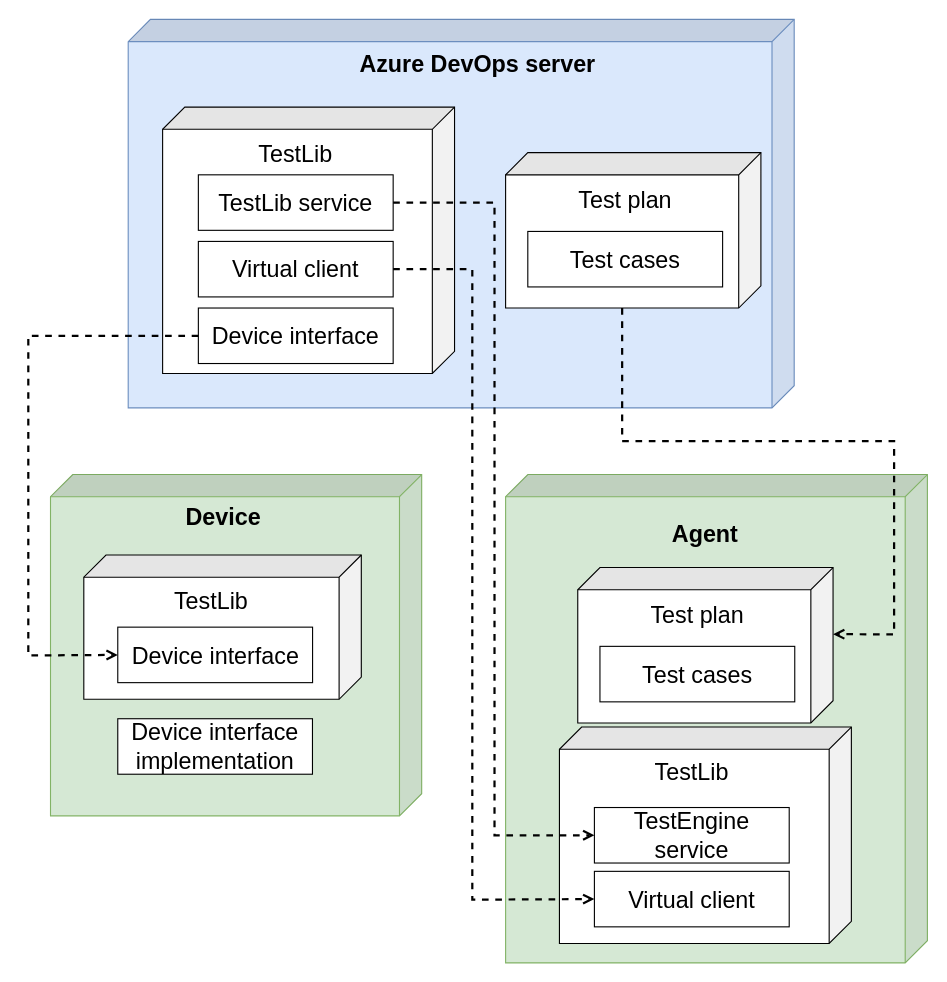
The draw.io diagram assets/img/src/deploymentmodel.drawio in wheeeper/bachelors-thesis, before the edit. Source tidied: cells renumbered, new cells numbered last; positions are measured from the earlier drawing's top-left corner, leaving out a move shared by most shapes. Both pictures are drawn from the tidied source at 111%, with x=0, y=0 at pixel (28, 19).
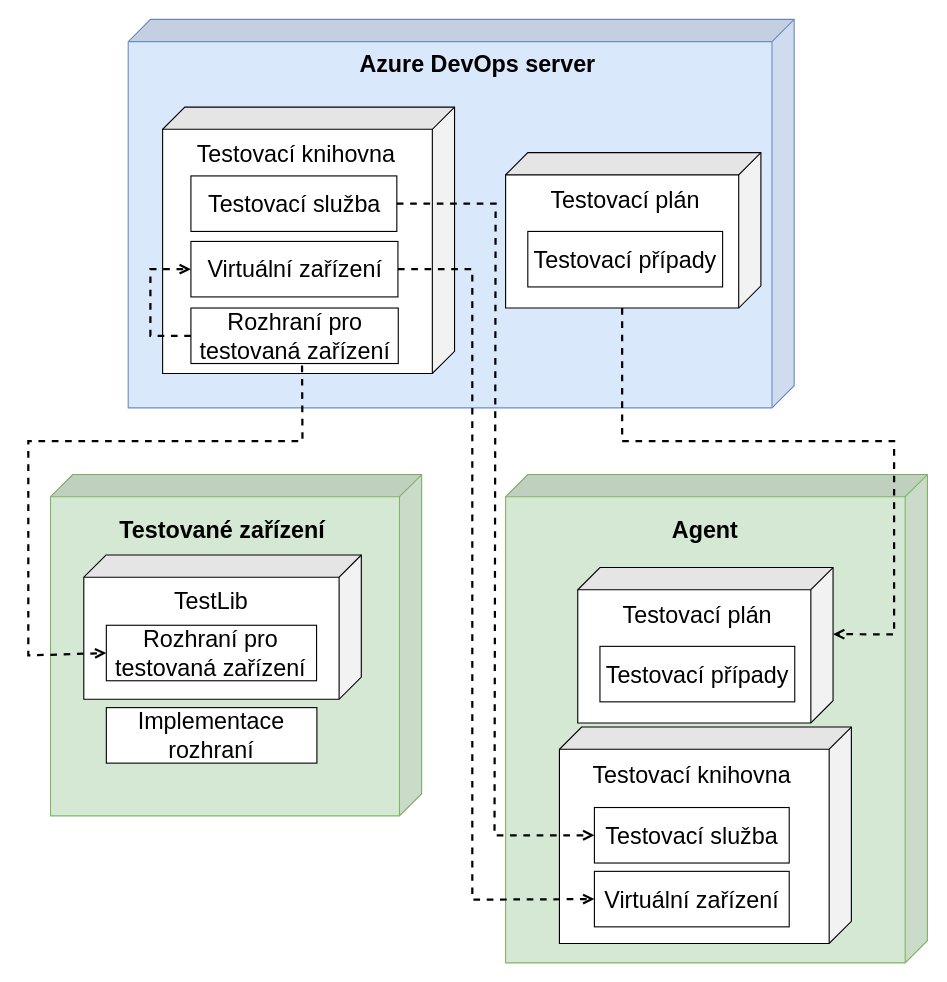
Above is the later version.

Diff of the diagram source:
```diff
@@
-    <mxCell id="3" value="&lt;b style=&quot;font-size: 21px;&quot;&gt;Device&lt;/b&gt;" style="text;html=1;strokeColor=none;fillColor=none;align=center;verticalAlign=middle;whiteSpace=wrap;rounded=0;fontSize=21;" parent="1" vertex="1">
-      <mxGeometry x="156.1" y="437.5" width="40" height="20" as="geometry" />
+    <mxCell id="3" value="&lt;b style=&quot;font-size: 21px&quot;&gt;Testované zařízení&lt;/b&gt;" style="text;html=1;strokeColor=none;fillColor=none;align=center;verticalAlign=middle;whiteSpace=wrap;rounded=0;fontSize=21;" parent="1" vertex="1">
+      <mxGeometry x="58.1" y="450" width="233.9" height="20" as="geometry" />
     </mxCell>
@@
-    <mxCell id="7" value="TestLib" style="text;html=1;strokeColor=none;fillColor=none;align=center;verticalAlign=middle;whiteSpace=wrap;rounded=0;fontSize=21;" parent="1" vertex="1">
-      <mxGeometry x="161" y="111" width="160" height="20" as="geometry" />
+    <mxCell id="7" value="Testovací knihovna" style="text;html=1;strokeColor=none;fillColor=none;align=center;verticalAlign=middle;whiteSpace=wrap;rounded=0;fontSize=21;" parent="1" vertex="1">
+      <mxGeometry x="146.5" y="111" width="189" height="20" as="geometry" />
     </mxCell>
@@
     <mxCell id="9" value="Agent&lt;br style=&quot;font-size: 21px;&quot;&gt;" style="text;html=1;strokeColor=none;fillColor=none;align=center;verticalAlign=middle;whiteSpace=wrap;rounded=0;fontStyle=1;fontSize=21;" parent="1" vertex="1">
-      <mxGeometry x="590" y="452.5" width="40" height="20" as="geometry" />
+      <mxGeometry x="590" y="450" width="40" height="20" as="geometry" />
     </mxCell>
-    <mxCell id="10" value="TestLib service" style="rounded=0;whiteSpace=wrap;html=1;fontSize=21;" parent="1" vertex="1">
-      <mxGeometry x="153.2" y="140" width="175.5" height="50" as="geometry" />
+    <mxCell id="10" value="Testovací služba" style="rounded=0;whiteSpace=wrap;html=1;fontSize=21;" parent="1" vertex="1">
+      <mxGeometry x="146.5" y="141" width="185.5" height="50" as="geometry" />
     </mxCell>
-    <mxCell id="11" value="Device interface" style="rounded=0;whiteSpace=wrap;html=1;fontSize=21;" parent="1" vertex="1">
-      <mxGeometry x="153.2" y="260" width="175.5" height="50" as="geometry" />
+    <mxCell id="11" value="Rozhraní pro testovaná zařízení" style="rounded=0;whiteSpace=wrap;html=1;fontSize=21;" parent="1" vertex="1">
+      <mxGeometry x="146.5" y="260" width="186.8" height="50" as="geometry" />
     </mxCell>
-    <mxCell id="12" value="Virtual client" style="rounded=0;whiteSpace=wrap;html=1;fontSize=21;" parent="1" vertex="1">
-      <mxGeometry x="153.2" y="200" width="175.5" height="50" as="geometry" />
+    <mxCell id="12" value="Virtuální zařízení" style="rounded=0;whiteSpace=wrap;html=1;fontSize=21;" parent="1" vertex="1">
+      <mxGeometry x="146.5" y="200" width="186.5" height="50" as="geometry" />
     </mxCell>
@@
-    <mxCell id="14" value="TestLib" style="text;html=1;strokeColor=none;fillColor=none;align=center;verticalAlign=middle;whiteSpace=wrap;rounded=0;fontSize=21;" parent="1" vertex="1">
-      <mxGeometry x="517.8" y="667.5" width="160" height="20" as="geometry" />
+    <mxCell id="14" value="Testovací knihovna" style="text;html=1;strokeColor=none;fillColor=none;align=center;verticalAlign=middle;whiteSpace=wrap;rounded=0;fontSize=21;" parent="1" vertex="1">
+      <mxGeometry x="506.6" y="670" width="182.2" height="20" as="geometry" />
     </mxCell>
-    <mxCell id="15" value="TestEngine service" style="rounded=0;whiteSpace=wrap;html=1;fontSize=21;" parent="1" vertex="1">
+    <mxCell id="15" value="Testovací služba" style="rounded=0;whiteSpace=wrap;html=1;fontSize=21;" parent="1" vertex="1">
       <mxGeometry x="510" y="710" width="175.5" height="50" as="geometry" />
     </mxCell>
-    <mxCell id="16" value="Virtual client" style="rounded=0;whiteSpace=wrap;html=1;fontSize=21;" parent="1" vertex="1">
+    <mxCell id="16" value="Virtuální zařízení" style="rounded=0;whiteSpace=wrap;html=1;fontSize=21;" parent="1" vertex="1">
       <mxGeometry x="510" y="767.5" width="175.5" height="50" as="geometry" />
     </mxCell>
@@
-    <mxCell id="19" value="Device interface" style="rounded=0;whiteSpace=wrap;html=1;fontSize=21;" parent="1" vertex="1">
-      <mxGeometry x="80.6" y="547.5" width="175.5" height="50" as="geometry" />
+    <mxCell id="19" value="Rozhraní pro testovaná zařízení" style="rounded=0;whiteSpace=wrap;html=1;fontSize=21;" parent="1" vertex="1">
+      <mxGeometry x="70.3" y="545.8" width="189.4" height="50" as="geometry" />
     </mxCell>
-    <mxCell id="20" value="&lt;div&gt;&lt;span&gt;Device interface&lt;/span&gt;&lt;/div&gt;&lt;div&gt;&lt;span&gt;implementation&lt;/span&gt;&lt;/div&gt;" style="rounded=0;whiteSpace=wrap;html=1;fontSize=21;align=center;" parent="1" vertex="1">
-      <mxGeometry x="80.6" y="630" width="175.4" height="50" as="geometry" />
+    <mxCell id="20" value="&lt;div&gt;Implementace rozhraní&lt;/div&gt;" style="rounded=0;whiteSpace=wrap;html=1;fontSize=21;align=center;" parent="1" vertex="1">
+      <mxGeometry x="70.3" y="620" width="189.7" height="50" as="geometry" />
     </mxCell>
@@
-    <mxCell id="22" value="Test plan" style="text;html=1;strokeColor=none;fillColor=none;align=center;verticalAlign=middle;whiteSpace=wrap;rounded=0;fontSize=21;" parent="1" vertex="1">
+    <mxCell id="22" value="Testovací plán" style="text;html=1;strokeColor=none;fillColor=none;align=center;verticalAlign=middle;whiteSpace=wrap;rounded=0;fontSize=21;" parent="1" vertex="1">
       <mxGeometry x="457.8" y="152" width="160" height="20" as="geometry" />
     </mxCell>
-    <mxCell id="23" value="Test cases" style="rounded=0;whiteSpace=wrap;html=1;fontSize=21;" parent="1" vertex="1">
+    <mxCell id="23" value="Testovací případy" style="rounded=0;whiteSpace=wrap;html=1;fontSize=21;" parent="1" vertex="1">
       <mxGeometry x="450" y="191" width="175.5" height="50" as="geometry" />
     </mxCell>
@@
-    <mxCell id="26" value="Test plan" style="text;html=1;strokeColor=none;fillColor=none;align=center;verticalAlign=middle;whiteSpace=wrap;rounded=0;fontSize=21;" parent="1" vertex="1">
+    <mxCell id="26" value="Testovací plán" style="text;html=1;strokeColor=none;fillColor=none;align=center;verticalAlign=middle;whiteSpace=wrap;rounded=0;fontSize=21;" parent="1" vertex="1">
       <mxGeometry x="522.8" y="525.8" width="160" height="20" as="geometry" />
     </mxCell>
-    <mxCell id="27" value="Test cases" style="rounded=0;whiteSpace=wrap;html=1;fontSize=21;" parent="1" vertex="1">
+    <mxCell id="27" value="Testovací případy" style="rounded=0;whiteSpace=wrap;html=1;fontSize=21;" parent="1" vertex="1">
       <mxGeometry x="515" y="564.8" width="175.5" height="50" as="geometry" />
     </mxCell>
@@
     <mxCell id="30" style="endArrow=open;dashed=1;html=1;strokeWidth=2;endFill=0;exitX=1;exitY=0.5;exitDx=0;exitDy=0;entryX=0;entryY=0.5;entryDx=0;entryDy=0;rounded=0;" parent="1" edge="1" source="10" target="15">
       <mxGeometry relative="1" as="geometry">
         <Array as="points">
-          <mxPoint x="420" y="165" />
+          <mxPoint x="421" y="166" />
           <mxPoint x="420" y="735" />
         </Array>
       </mxGeometry>
     </mxCell>
@@
-    <mxCell id="32" style="endArrow=open;dashed=1;html=1;strokeWidth=2;endFill=0;rounded=0;exitX=0;exitY=0.5;exitDx=0;exitDy=0;entryX=0;entryY=0.5;entryDx=0;entryDy=0;" parent="1" edge="1" source="11" target="19">
+    <mxCell id="32" style="endArrow=open;dashed=1;html=1;strokeWidth=2;endFill=0;rounded=0;exitX=0.536;exitY=1.037;exitDx=0;exitDy=0;entryX=0;entryY=0.5;entryDx=0;entryDy=0;exitPerimeter=0;" parent="1" edge="1" source="11" target="19">
       <mxGeometry relative="1" as="geometry">
         <Array as="points">
-          <mxPoint y="285" />
+          <mxPoint x="247" y="380" />
+          <mxPoint y="380" />
           <mxPoint y="573" />
         </Array>
       </mxGeometry>
     </mxCell>
+    <mxCell id="33" style="endArrow=open;dashed=1;html=1;strokeWidth=2;endFill=0;rounded=0;exitX=0;exitY=0.5;exitDx=0;exitDy=0;entryX=0;entryY=0.5;entryDx=0;entryDy=0;" parent="1" edge="1" source="11" target="12">
+      <mxGeometry relative="1" as="geometry">
+        <Array as="points">
+          <mxPoint x="110" y="285" />
+          <mxPoint x="110" y="225" />
+        </Array>
+      </mxGeometry>
+    </mxCell>
```
